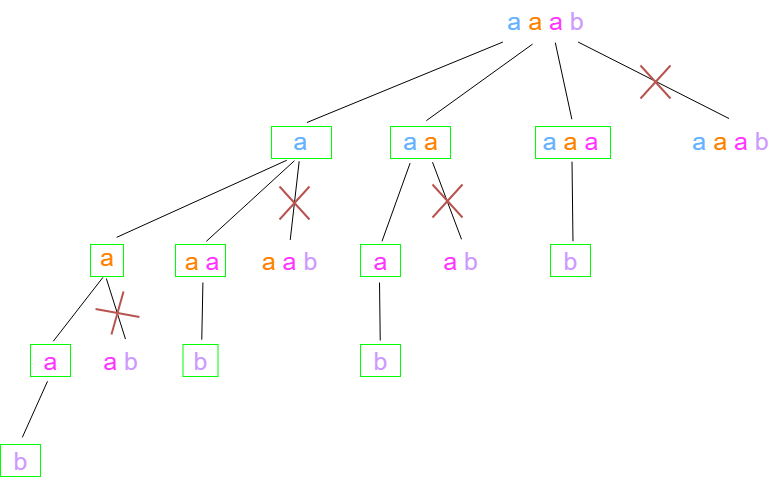
This is Python3/img/PalindromePartitions.png from ashiven/leetcode-solutions, a draw.io export, as it was before one commit. Source tidied: cells renumbered, new cells last; positions are measured from the earlier drawing's top-left corner, leaving out a move shared by most shapes.
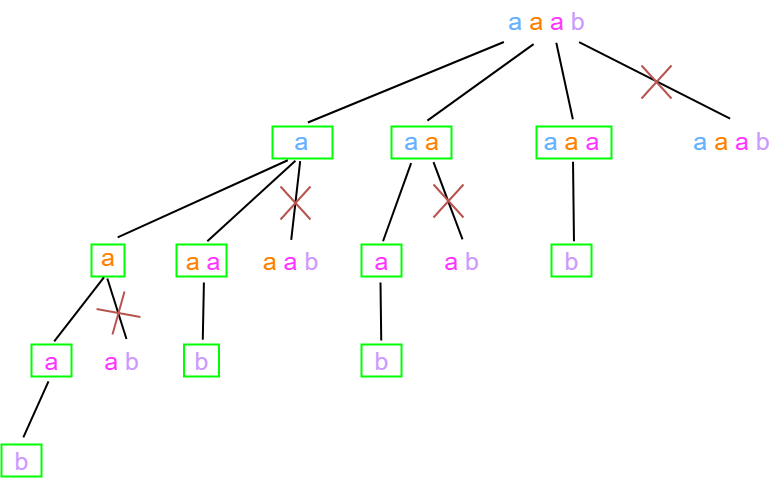
Later version of the same file.

Diff of the diagram source:
```diff
@@ -1,131 +1,131 @@
-<mxGraphModel>
+<mxGraphModel background="#ffffff">
   <root>
     <mxCell id="0" />
     <mxCell id="1" parent="0" />
-    <mxCell id="2" style="rounded=0;whiteSpace=wrap;html=1;fillColor=none;strokeColor=#00FF00;" parent="1" vertex="1">
+    <mxCell id="2" style="rounded=0;whiteSpace=wrap;html=1;fillColor=none;strokeColor=#00FF00;strokeWidth=2;" parent="1" vertex="1">
       <mxGeometry x="550" y="244" width="40" height="32" as="geometry" />
     </mxCell>
-    <mxCell id="3" style="rounded=0;whiteSpace=wrap;html=1;fillColor=none;strokeColor=#00FF00;" parent="1" vertex="1">
+    <mxCell id="3" style="rounded=0;whiteSpace=wrap;html=1;fillColor=none;strokeColor=#00FF00;strokeWidth=2;" parent="1" vertex="1">
       <mxGeometry x="360" y="344" width="40" height="32" as="geometry" />
     </mxCell>
-    <mxCell id="4" style="rounded=0;whiteSpace=wrap;html=1;fillColor=none;strokeColor=#00FF00;" parent="1" vertex="1">
+    <mxCell id="4" style="rounded=0;whiteSpace=wrap;html=1;fillColor=none;strokeColor=#00FF00;strokeWidth=2;" parent="1" vertex="1">
       <mxGeometry x="360" y="244" width="40" height="32" as="geometry" />
     </mxCell>
-    <mxCell id="5" style="rounded=0;whiteSpace=wrap;html=1;fillColor=none;strokeColor=#00FF00;" parent="1" vertex="1">
+    <mxCell id="5" style="rounded=0;whiteSpace=wrap;html=1;fillColor=none;strokeColor=#00FF00;strokeWidth=2;" parent="1" vertex="1">
       <mxGeometry x="535" y="126" width="75" height="32" as="geometry" />
     </mxCell>
-    <mxCell id="6" style="rounded=0;whiteSpace=wrap;html=1;fillColor=none;strokeColor=#00FF00;" parent="1" vertex="1">
+    <mxCell id="6" style="rounded=0;whiteSpace=wrap;html=1;fillColor=none;strokeColor=#00FF00;strokeWidth=2;" parent="1" vertex="1">
       <mxGeometry x="390" y="126" width="60" height="32" as="geometry" />
     </mxCell>
-    <mxCell id="7" style="rounded=0;whiteSpace=wrap;html=1;fillColor=none;strokeColor=#00FF00;" parent="1" vertex="1">
+    <mxCell id="7" style="rounded=0;whiteSpace=wrap;html=1;fillColor=none;strokeColor=#00FF00;strokeWidth=2;" parent="1" vertex="1">
       <mxGeometry x="182.5" y="344" width="35" height="32" as="geometry" />
     </mxCell>
-    <mxCell id="8" style="rounded=0;whiteSpace=wrap;html=1;fillColor=none;strokeColor=#00FF00;" parent="1" vertex="1">
+    <mxCell id="8" style="rounded=0;whiteSpace=wrap;html=1;fillColor=none;strokeColor=#00FF00;strokeWidth=2;" parent="1" vertex="1">
       <mxGeometry x="175" y="244" width="50" height="32" as="geometry" />
     </mxCell>
-    <mxCell id="9" style="rounded=0;whiteSpace=wrap;html=1;fillColor=none;strokeColor=#00FF00;" parent="1" vertex="1">
+    <mxCell id="9" style="rounded=0;whiteSpace=wrap;html=1;fillColor=none;strokeColor=#00FF00;strokeWidth=2;" parent="1" vertex="1">
       <mxGeometry y="444" width="40" height="32" as="geometry" />
     </mxCell>
-    <mxCell id="10" style="rounded=0;whiteSpace=wrap;html=1;fillColor=none;strokeColor=#00FF00;" parent="1" vertex="1">
+    <mxCell id="10" style="rounded=0;whiteSpace=wrap;html=1;fillColor=none;strokeColor=#00FF00;strokeWidth=2;" parent="1" vertex="1">
       <mxGeometry x="30" y="344" width="40" height="32" as="geometry" />
     </mxCell>
-    <mxCell id="11" style="rounded=0;whiteSpace=wrap;html=1;fillColor=none;strokeColor=#00FF00;" parent="1" vertex="1">
+    <mxCell id="11" style="rounded=0;whiteSpace=wrap;html=1;fillColor=none;strokeColor=#00FF00;strokeWidth=2;" parent="1" vertex="1">
       <mxGeometry x="90" y="244" width="33" height="32" as="geometry" />
     </mxCell>
-    <mxCell id="12" style="rounded=0;whiteSpace=wrap;html=1;fillColor=none;strokeColor=#00FF00;" parent="1" vertex="1">
+    <mxCell id="12" style="rounded=0;whiteSpace=wrap;html=1;fillColor=none;strokeColor=#00FF00;strokeWidth=2;" parent="1" vertex="1">
       <mxGeometry x="271" y="126" width="60" height="32" as="geometry" />
     </mxCell>
-    <mxCell id="13" value="&lt;font color=&quot;#66b2ff&quot;&gt;a&lt;/font&gt; &lt;font color=&quot;#ff8000&quot;&gt;a&lt;/font&gt; &lt;font color=&quot;#ff33ff&quot;&gt;a&lt;/font&gt; &lt;font color=&quot;#cc99ff&quot;&gt;b&lt;/font&gt;" style="text;html=1;align=center;verticalAlign=middle;points=[];strokeColor=none;fillColor=none;fontSize=25;" parent="1" vertex="1">
+    <mxCell id="13" value="&lt;font color=&quot;#66b2ff&quot;&gt;a&lt;/font&gt; &lt;font color=&quot;#ff8000&quot;&gt;a&lt;/font&gt; &lt;font color=&quot;#ff33ff&quot;&gt;a&lt;/font&gt; &lt;font color=&quot;#cc99ff&quot;&gt;b&lt;/font&gt;" style="text;html=1;align=center;verticalAlign=middle;points=[];strokeColor=none;fillColor=none;fontSize=25;strokeWidth=2;" parent="1" vertex="1">
       <mxGeometry x="495" width="100" height="40" as="geometry" />
     </mxCell>
-    <mxCell id="14" value="&lt;font color=&quot;#66b2ff&quot;&gt;a&lt;/font&gt; &lt;font color=&quot;#ff8000&quot;&gt;a&lt;/font&gt; &lt;font color=&quot;#ff33ff&quot;&gt;a&lt;/font&gt;" style="text;html=1;align=center;verticalAlign=middle;points=[];strokeColor=none;fillColor=none;fontSize=25;" parent="1" vertex="1">
+    <mxCell id="14" value="&lt;font color=&quot;#66b2ff&quot;&gt;a&lt;/font&gt; &lt;font color=&quot;#ff8000&quot;&gt;a&lt;/font&gt; &lt;font color=&quot;#ff33ff&quot;&gt;a&lt;/font&gt;" style="text;html=1;align=center;verticalAlign=middle;points=[];strokeColor=none;fillColor=none;fontSize=25;strokeWidth=2;" parent="1" vertex="1">
       <mxGeometry x="530" y="120" width="80" height="40" as="geometry" />
     </mxCell>
-    <mxCell id="15" value="&lt;font color=&quot;#66b2ff&quot;&gt;a&lt;/font&gt; &lt;font color=&quot;#ff8000&quot;&gt;a&lt;/font&gt;" style="text;html=1;align=center;verticalAlign=middle;points=[];strokeColor=none;fillColor=none;fontSize=25;" parent="1" vertex="1">
+    <mxCell id="15" value="&lt;font color=&quot;#66b2ff&quot;&gt;a&lt;/font&gt; &lt;font color=&quot;#ff8000&quot;&gt;a&lt;/font&gt;" style="text;html=1;align=center;verticalAlign=middle;points=[];strokeColor=none;fillColor=none;fontSize=25;strokeWidth=2;" parent="1" vertex="1">
       <mxGeometry x="390" y="120" width="60" height="40" as="geometry" />
     </mxCell>
-    <mxCell id="16" value="&lt;font color=&quot;#66b2ff&quot;&gt;a&lt;/font&gt; &lt;font color=&quot;#ff8000&quot;&gt;a &lt;/font&gt;&lt;font color=&quot;#ff33ff&quot;&gt;a &lt;/font&gt;&lt;font color=&quot;#cc99ff&quot;&gt;b&lt;/font&gt;" style="text;html=1;align=center;verticalAlign=middle;points=[];strokeColor=none;fillColor=none;fontSize=25;" parent="1" vertex="1">
+    <mxCell id="16" value="&lt;font color=&quot;#66b2ff&quot;&gt;a&lt;/font&gt; &lt;font color=&quot;#ff8000&quot;&gt;a &lt;/font&gt;&lt;font color=&quot;#ff33ff&quot;&gt;a &lt;/font&gt;&lt;font color=&quot;#cc99ff&quot;&gt;b&lt;/font&gt;" style="text;html=1;align=center;verticalAlign=middle;points=[];strokeColor=none;fillColor=none;fontSize=25;strokeWidth=2;" parent="1" vertex="1">
       <mxGeometry x="680" y="120" width="100" height="40" as="geometry" />
     </mxCell>
-    <mxCell id="17" value="&lt;font color=&quot;#66b2ff&quot;&gt;a&lt;/font&gt;" style="text;html=1;align=center;verticalAlign=middle;points=[];strokeColor=none;fillColor=none;fontSize=25;" parent="1" vertex="1">
+    <mxCell id="17" value="&lt;font color=&quot;#66b2ff&quot;&gt;a&lt;/font&gt;" style="text;html=1;align=center;verticalAlign=middle;points=[];strokeColor=none;fillColor=none;fontSize=25;strokeWidth=2;" parent="1" vertex="1">
       <mxGeometry x="280" y="120" width="40" height="40" as="geometry" />
     </mxCell>
-    <mxCell id="18" value="&lt;font color=&quot;#cc99ff&quot;&gt;b&lt;/font&gt;" style="text;html=1;align=center;verticalAlign=middle;points=[];strokeColor=none;fillColor=none;fontSize=25;" parent="1" vertex="1">
+    <mxCell id="18" value="&lt;font color=&quot;#cc99ff&quot;&gt;b&lt;/font&gt;" style="text;html=1;align=center;verticalAlign=middle;points=[];strokeColor=none;fillColor=none;fontSize=25;strokeWidth=2;" parent="1" vertex="1">
       <mxGeometry x="550" y="240" width="40" height="40" as="geometry" />
     </mxCell>
-    <mxCell id="19" value="&lt;font color=&quot;#ff33ff&quot;&gt;a&lt;/font&gt;" style="text;html=1;align=center;verticalAlign=middle;points=[];strokeColor=none;fillColor=none;fontSize=25;" parent="1" vertex="1">
+    <mxCell id="19" value="&lt;font color=&quot;#ff33ff&quot;&gt;a&lt;/font&gt;" style="text;html=1;align=center;verticalAlign=middle;points=[];strokeColor=none;fillColor=none;fontSize=25;strokeWidth=2;" parent="1" vertex="1">
       <mxGeometry x="360" y="240" width="40" height="40" as="geometry" />
     </mxCell>
-    <mxCell id="20" value="&lt;font color=&quot;#ff33ff&quot;&gt;a&lt;/font&gt; &lt;font color=&quot;#cc99ff&quot;&gt;b&lt;/font&gt;" style="text;html=1;align=center;verticalAlign=middle;points=[];strokeColor=none;fillColor=none;fontSize=25;" parent="1" vertex="1">
+    <mxCell id="20" value="&lt;font color=&quot;#ff33ff&quot;&gt;a&lt;/font&gt; &lt;font color=&quot;#cc99ff&quot;&gt;b&lt;/font&gt;" style="text;html=1;align=center;verticalAlign=middle;points=[];strokeColor=none;fillColor=none;fontSize=25;strokeWidth=2;" parent="1" vertex="1">
       <mxGeometry x="430" y="240" width="60" height="40" as="geometry" />
     </mxCell>
-    <mxCell id="21" value="&lt;font color=&quot;#cc99ff&quot;&gt;b&lt;/font&gt;" style="text;html=1;align=center;verticalAlign=middle;points=[];strokeColor=none;fillColor=none;fontSize=25;" parent="1" vertex="1">
+    <mxCell id="21" value="&lt;font color=&quot;#cc99ff&quot;&gt;b&lt;/font&gt;" style="text;html=1;align=center;verticalAlign=middle;points=[];strokeColor=none;fillColor=none;fontSize=25;strokeWidth=2;" parent="1" vertex="1">
       <mxGeometry x="360" y="340" width="40" height="40" as="geometry" />
     </mxCell>
-    <mxCell id="22" value="&lt;font color=&quot;#ff8000&quot;&gt;a&lt;/font&gt;&amp;nbsp;" style="text;html=1;align=center;verticalAlign=middle;points=[];strokeColor=none;fillColor=none;fontSize=25;" parent="1" vertex="1">
+    <mxCell id="22" value="&lt;font color=&quot;#ff8000&quot;&gt;a&lt;/font&gt;&amp;nbsp;" style="text;html=1;align=center;verticalAlign=middle;points=[];strokeColor=none;fillColor=none;fontSize=25;strokeWidth=2;" parent="1" vertex="1">
       <mxGeometry x="90" y="236" width="40" height="40" as="geometry" />
     </mxCell>
-    <mxCell id="23" value="&lt;font color=&quot;#ff8000&quot;&gt;a&lt;/font&gt; &lt;font color=&quot;#ff33ff&quot;&gt;a&lt;/font&gt; &lt;font color=&quot;#cc99ff&quot;&gt;b&lt;/font&gt;" style="text;html=1;align=center;verticalAlign=middle;points=[];strokeColor=none;fillColor=none;fontSize=25;" parent="1" vertex="1">
+    <mxCell id="23" value="&lt;font color=&quot;#ff8000&quot;&gt;a&lt;/font&gt; &lt;font color=&quot;#ff33ff&quot;&gt;a&lt;/font&gt; &lt;font color=&quot;#cc99ff&quot;&gt;b&lt;/font&gt;" style="text;html=1;align=center;verticalAlign=middle;points=[];strokeColor=none;fillColor=none;fontSize=25;strokeWidth=2;" parent="1" vertex="1">
       <mxGeometry x="249" y="240" width="80" height="40" as="geometry" />
     </mxCell>
-    <mxCell id="24" value="&lt;font color=&quot;#ff33ff&quot;&gt;a&lt;/font&gt; &lt;font color=&quot;#cc99ff&quot;&gt;b&lt;/font&gt;" style="text;html=1;align=center;verticalAlign=middle;points=[];strokeColor=none;fillColor=none;fontSize=25;" parent="1" vertex="1">
+    <mxCell id="24" value="&lt;font color=&quot;#ff33ff&quot;&gt;a&lt;/font&gt; &lt;font color=&quot;#cc99ff&quot;&gt;b&lt;/font&gt;" style="text;html=1;align=center;verticalAlign=middle;points=[];strokeColor=none;fillColor=none;fontSize=25;strokeWidth=2;" parent="1" vertex="1">
       <mxGeometry x="90" y="340" width="60" height="40" as="geometry" />
     </mxCell>
-    <mxCell id="25" value="&lt;font color=&quot;#ff8000&quot;&gt;a&lt;/font&gt; &lt;font color=&quot;#ff33ff&quot;&gt;a&lt;/font&gt;&amp;nbsp;" style="text;html=1;align=center;verticalAlign=middle;points=[];strokeColor=none;fillColor=none;fontSize=25;" parent="1" vertex="1">
+    <mxCell id="25" value="&lt;font color=&quot;#ff8000&quot;&gt;a&lt;/font&gt; &lt;font color=&quot;#ff33ff&quot;&gt;a&lt;/font&gt;&amp;nbsp;" style="text;html=1;align=center;verticalAlign=middle;points=[];strokeColor=none;fillColor=none;fontSize=25;strokeWidth=2;" parent="1" vertex="1">
       <mxGeometry x="170" y="240" width="70" height="40" as="geometry" />
     </mxCell>
-    <mxCell id="26" value="&lt;font color=&quot;#ff33ff&quot;&gt;a&lt;/font&gt;" style="text;html=1;align=center;verticalAlign=middle;points=[];strokeColor=none;fillColor=none;fontSize=25;" parent="1" vertex="1">
+    <mxCell id="26" value="&lt;font color=&quot;#ff33ff&quot;&gt;a&lt;/font&gt;" style="text;html=1;align=center;verticalAlign=middle;points=[];strokeColor=none;fillColor=none;fontSize=25;strokeWidth=2;" parent="1" vertex="1">
       <mxGeometry x="30" y="340" width="40" height="40" as="geometry" />
     </mxCell>
-    <mxCell id="27" value="&lt;font color=&quot;#cc99ff&quot;&gt;b&lt;/font&gt;" style="text;html=1;align=center;verticalAlign=middle;points=[];strokeColor=none;fillColor=none;fontSize=25;" parent="1" vertex="1">
+    <mxCell id="27" value="&lt;font color=&quot;#cc99ff&quot;&gt;b&lt;/font&gt;" style="text;html=1;align=center;verticalAlign=middle;points=[];strokeColor=none;fillColor=none;fontSize=25;strokeWidth=2;" parent="1" vertex="1">
       <mxGeometry y="440" width="40" height="40" as="geometry" />
     </mxCell>
-    <mxCell id="28" value="&lt;font color=&quot;#cc99ff&quot;&gt;b&lt;/font&gt;" style="text;html=1;align=center;verticalAlign=middle;points=[];strokeColor=none;fillColor=none;fontSize=25;" parent="1" vertex="1">
+    <mxCell id="28" value="&lt;font color=&quot;#cc99ff&quot;&gt;b&lt;/font&gt;" style="text;html=1;align=center;verticalAlign=middle;points=[];strokeColor=none;fillColor=none;fontSize=25;strokeWidth=2;" parent="1" vertex="1">
       <mxGeometry x="180" y="340" width="40" height="40" as="geometry" />
     </mxCell>
-    <mxCell id="29" style="endArrow=none;html=1;rounded=0;exitX=0.661;exitY=0.05;exitDx=0;exitDy=0;exitPerimeter=0;entryX=0.074;entryY=1.038;entryDx=0;entryDy=0;entryPerimeter=0;" parent="1" edge="1" source="17" target="13">
+    <mxCell id="29" style="endArrow=none;html=1;rounded=0;exitX=0.661;exitY=0.05;exitDx=0;exitDy=0;exitPerimeter=0;entryX=0.074;entryY=1.038;entryDx=0;entryDy=0;entryPerimeter=0;strokeWidth=2;" parent="1" edge="1" source="17" target="13">
       <mxGeometry relative="1" as="geometry" />
     </mxCell>
-    <mxCell id="30" style="endArrow=none;html=1;rounded=0;exitX=0.598;exitY=0.003;exitDx=0;exitDy=0;exitPerimeter=0;entryX=0.371;entryY=1.09;entryDx=0;entryDy=0;entryPerimeter=0;" parent="1" edge="1" source="15" target="13">
+    <mxCell id="30" style="endArrow=none;html=1;rounded=0;exitX=0.598;exitY=0.003;exitDx=0;exitDy=0;exitPerimeter=0;entryX=0.371;entryY=1.09;entryDx=0;entryDy=0;entryPerimeter=0;strokeWidth=2;" parent="1" edge="1" source="15" target="13">
       <mxGeometry relative="1" as="geometry" />
     </mxCell>
-    <mxCell id="31" style="endArrow=none;html=1;rounded=0;exitX=0.517;exitY=-0.031;exitDx=0;exitDy=0;exitPerimeter=0;entryX=0.598;entryY=1.055;entryDx=0;entryDy=0;entryPerimeter=0;" parent="1" edge="1" source="14" target="13">
+    <mxCell id="31" style="endArrow=none;html=1;rounded=0;exitX=0.517;exitY=-0.031;exitDx=0;exitDy=0;exitPerimeter=0;entryX=0.598;entryY=1.055;entryDx=0;entryDy=0;entryPerimeter=0;strokeWidth=2;" parent="1" edge="1" source="14" target="13">
       <mxGeometry relative="1" as="geometry" />
     </mxCell>
-    <mxCell id="32" style="endArrow=none;html=1;rounded=0;exitX=0.486;exitY=-0.048;exitDx=0;exitDy=0;exitPerimeter=0;entryX=0.826;entryY=1.038;entryDx=0;entryDy=0;entryPerimeter=0;" parent="1" edge="1" source="16" target="13">
+    <mxCell id="32" style="endArrow=none;html=1;rounded=0;exitX=0.486;exitY=-0.048;exitDx=0;exitDy=0;exitPerimeter=0;entryX=0.826;entryY=1.038;entryDx=0;entryDy=0;entryPerimeter=0;strokeWidth=2;" parent="1" edge="1" source="16" target="13">
       <mxGeometry relative="1" as="geometry" />
     </mxCell>
-    <mxCell id="33" style="endArrow=none;html=1;rounded=0;exitX=0.654;exitY=0.021;exitDx=0;exitDy=0;exitPerimeter=0;entryX=0.157;entryY=0.994;entryDx=0;entryDy=0;entryPerimeter=0;" parent="1" edge="1" source="22" target="17">
+    <mxCell id="33" style="endArrow=none;html=1;rounded=0;exitX=0.654;exitY=0.021;exitDx=0;exitDy=0;exitPerimeter=0;entryX=0.157;entryY=0.994;entryDx=0;entryDy=0;entryPerimeter=0;strokeWidth=2;" parent="1" edge="1" source="22" target="17">
       <mxGeometry relative="1" as="geometry" />
     </mxCell>
-    <mxCell id="34" style="endArrow=none;html=1;rounded=0;exitX=0.512;exitY=0.021;exitDx=0;exitDy=0;exitPerimeter=0;entryX=0.348;entryY=1.006;entryDx=0;entryDy=0;entryPerimeter=0;" parent="1" edge="1" source="25" target="17">
+    <mxCell id="34" style="endArrow=none;html=1;rounded=0;exitX=0.512;exitY=0.021;exitDx=0;exitDy=0;exitPerimeter=0;entryX=0.348;entryY=1.006;entryDx=0;entryDy=0;entryPerimeter=0;strokeWidth=2;" parent="1" edge="1" source="25" target="17">
       <mxGeometry relative="1" as="geometry" />
     </mxCell>
-    <mxCell id="35" style="endArrow=none;html=1;rounded=0;exitX=0.509;exitY=-0.014;exitDx=0;exitDy=0;exitPerimeter=0;entryX=0.467;entryY=1.018;entryDx=0;entryDy=0;entryPerimeter=0;" parent="1" edge="1" source="23" target="17">
+    <mxCell id="35" style="endArrow=none;html=1;rounded=0;exitX=0.509;exitY=-0.014;exitDx=0;exitDy=0;exitPerimeter=0;entryX=0.467;entryY=1.018;entryDx=0;entryDy=0;entryPerimeter=0;strokeWidth=2;" parent="1" edge="1" source="23" target="17">
       <mxGeometry relative="1" as="geometry" />
     </mxCell>
-    <mxCell id="36" style="endArrow=none;html=1;rounded=0;exitX=0.538;exitY=0.018;exitDx=0;exitDy=0;exitPerimeter=0;entryX=0.327;entryY=1.065;entryDx=0;entryDy=0;entryPerimeter=0;" parent="1" edge="1" source="19" target="15">
+    <mxCell id="36" style="endArrow=none;html=1;rounded=0;exitX=0.538;exitY=0.018;exitDx=0;exitDy=0;exitPerimeter=0;entryX=0.327;entryY=1.065;entryDx=0;entryDy=0;entryPerimeter=0;strokeWidth=2;" parent="1" edge="1" source="19" target="15">
       <mxGeometry relative="1" as="geometry" />
     </mxCell>
-    <mxCell id="37" style="endArrow=none;html=1;rounded=0;exitX=0.517;exitY=-0.03;exitDx=0;exitDy=0;exitPerimeter=0;entryX=0.7;entryY=1.042;entryDx=0;entryDy=0;entryPerimeter=0;" parent="1" edge="1" source="20" target="15">
+    <mxCell id="37" style="endArrow=none;html=1;rounded=0;exitX=0.517;exitY=-0.03;exitDx=0;exitDy=0;exitPerimeter=0;entryX=0.7;entryY=1.042;entryDx=0;entryDy=0;entryPerimeter=0;strokeWidth=2;" parent="1" edge="1" source="20" target="15">
       <mxGeometry relative="1" as="geometry" />
     </mxCell>
-    <mxCell id="38" style="endArrow=none;html=1;rounded=0;exitX=0.562;exitY=0.018;exitDx=0;exitDy=0;exitPerimeter=0;entryX=0.519;entryY=1.03;entryDx=0;entryDy=0;entryPerimeter=0;" parent="1" edge="1" source="18" target="14">
+    <mxCell id="38" style="endArrow=none;html=1;rounded=0;exitX=0.562;exitY=0.018;exitDx=0;exitDy=0;exitPerimeter=0;entryX=0.519;entryY=1.03;entryDx=0;entryDy=0;entryPerimeter=0;strokeWidth=2;" parent="1" edge="1" source="18" target="14">
       <mxGeometry relative="1" as="geometry" />
     </mxCell>
-    <mxCell id="39" style="endArrow=none;html=1;rounded=0;exitX=0.568;exitY=0.021;exitDx=0;exitDy=0;exitPerimeter=0;entryX=0.311;entryY=1.021;entryDx=0;entryDy=0;entryPerimeter=0;" parent="1" edge="1" source="26" target="22">
+    <mxCell id="39" style="endArrow=none;html=1;rounded=0;exitX=0.568;exitY=0.021;exitDx=0;exitDy=0;exitPerimeter=0;entryX=0.311;entryY=1.021;entryDx=0;entryDy=0;entryPerimeter=0;strokeWidth=2;" parent="1" edge="1" source="26" target="22">
       <mxGeometry relative="1" as="geometry" />
     </mxCell>
-    <mxCell id="40" style="endArrow=none;html=1;rounded=0;exitX=0.583;exitY=-0.036;exitDx=0;exitDy=0;exitPerimeter=0;entryX=0.396;entryY=1.05;entryDx=0;entryDy=0;entryPerimeter=0;" parent="1" edge="1" source="24" target="22">
+    <mxCell id="40" style="endArrow=none;html=1;rounded=0;exitX=0.583;exitY=-0.036;exitDx=0;exitDy=0;exitPerimeter=0;entryX=0.396;entryY=1.05;entryDx=0;entryDy=0;entryPerimeter=0;strokeWidth=2;" parent="1" edge="1" source="24" target="22">
       <mxGeometry relative="1" as="geometry" />
     </mxCell>
-    <mxCell id="41" style="endArrow=none;html=1;rounded=0;exitX=0.532;exitY=-0.021;exitDx=0;exitDy=0;exitPerimeter=0;entryX=0.463;entryY=1.05;entryDx=0;entryDy=0;entryPerimeter=0;" parent="1" edge="1" source="28" target="25">
+    <mxCell id="41" style="endArrow=none;html=1;rounded=0;exitX=0.532;exitY=-0.021;exitDx=0;exitDy=0;exitPerimeter=0;entryX=0.463;entryY=1.05;entryDx=0;entryDy=0;entryPerimeter=0;strokeWidth=2;" parent="1" edge="1" source="28" target="25">
       <mxGeometry relative="1" as="geometry" />
     </mxCell>
-    <mxCell id="42" style="endArrow=none;html=1;rounded=0;entryX=0.475;entryY=1.05;entryDx=0;entryDy=0;entryPerimeter=0;" parent="1" edge="1" source="21" target="19">
+    <mxCell id="42" style="endArrow=none;html=1;rounded=0;entryX=0.475;entryY=1.05;entryDx=0;entryDy=0;entryPerimeter=0;strokeWidth=2;" parent="1" edge="1" source="21" target="19">
       <mxGeometry relative="1" as="geometry" />
     </mxCell>
-    <mxCell id="43" style="endArrow=none;html=1;rounded=0;exitX=0.546;exitY=-0.079;exitDx=0;exitDy=0;exitPerimeter=0;entryX=0.425;entryY=1.021;entryDx=0;entryDy=0;entryPerimeter=0;" parent="1" edge="1" source="27" target="26">
+    <mxCell id="43" style="endArrow=none;html=1;rounded=0;exitX=0.546;exitY=-0.079;exitDx=0;exitDy=0;exitPerimeter=0;entryX=0.425;entryY=1.021;entryDx=0;entryDy=0;entryPerimeter=0;strokeWidth=2;" parent="1" edge="1" source="27" target="26">
       <mxGeometry relative="1" as="geometry" />
     </mxCell>
     <mxCell id="44" style="shape=mxgraph.sysml.x;fillColor=#f8cecc;strokeColor=#b85450;strokeWidth=2;" parent="1" vertex="1">
```
